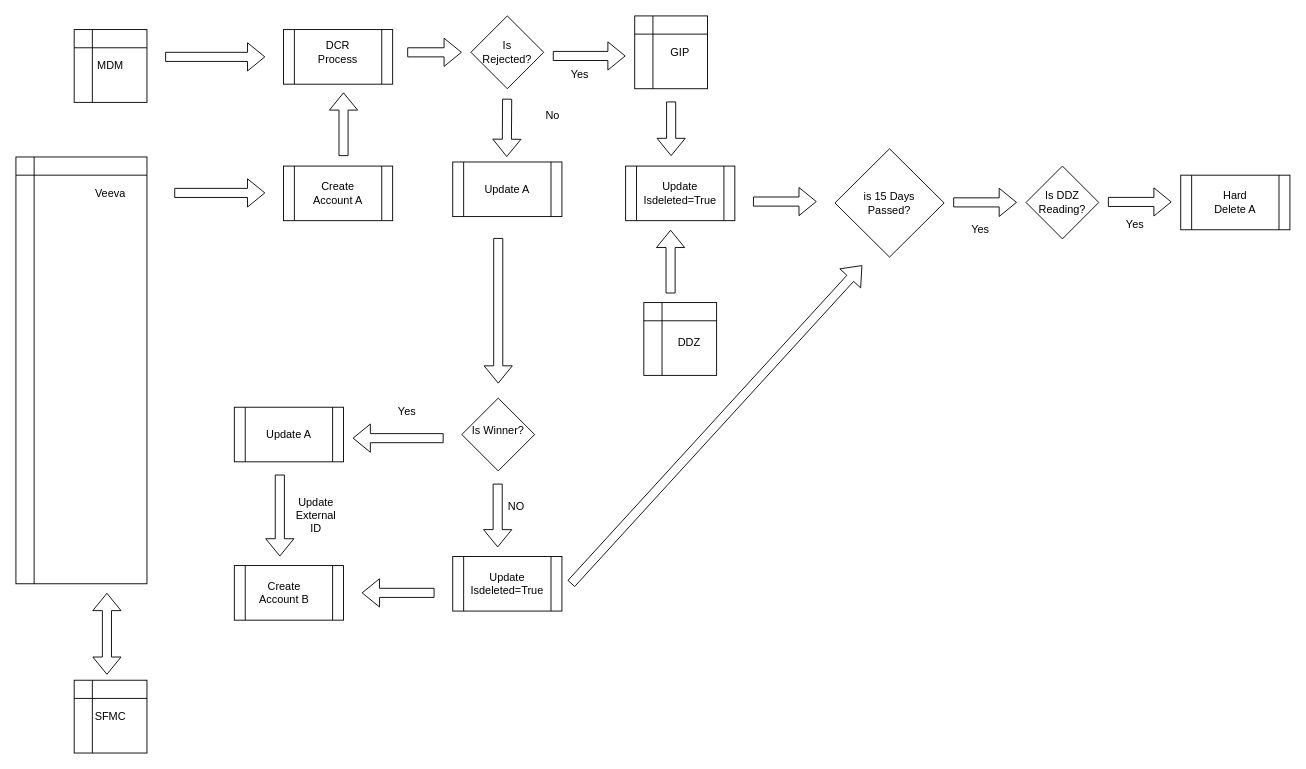
Earlier version of the draw.io diagram Veeva_Account_Flow.drawio (b2Shashi-mc/marketing-cloud). Source tidied: cells renumbered, new cells numbered last; positions are measured from the earlier drawing's top-left corner, leaving out a move shared by most shapes. Both pictures are drawn from the tidied source at 91%, with x=0, y=0 at pixel (15, 15).
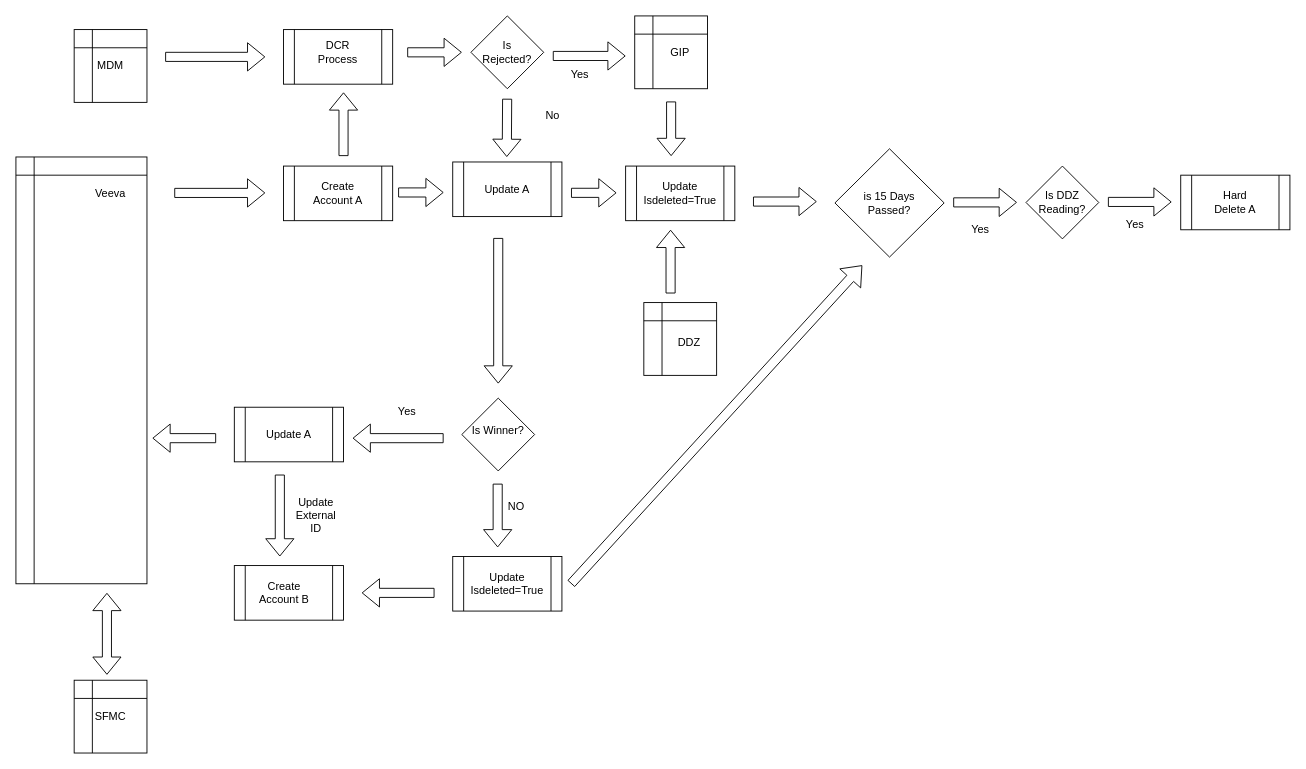
The same page after the edit.

What changed in the source:
```diff
@@
-    <mxCell id="45" style="rhombus;whiteSpace=wrap;html=1;" parent="1" vertex="1">
+    <mxCell id="45" style="rhombus;whiteSpace=wrap;html=1;fontColor=#FFFFFF;labelBackgroundColor=#FFF2CC;" parent="1" vertex="1">
       <mxGeometry x="490" y="420" width="80" height="80" as="geometry" />
     </mxCell>
@@
+    <mxCell id="61" style="shape=flexArrow;endArrow=classic;html=1;rounded=0;" parent="1" edge="1">
+      <mxGeometry relative="1" as="geometry">
+        <mxPoint x="420" y="194" as="sourcePoint" />
+        <mxPoint x="470" y="194" as="targetPoint" />
+      </mxGeometry>
+    </mxCell>
+    <mxCell id="62" style="shape=flexArrow;endArrow=classic;html=1;rounded=0;" parent="1" edge="1">
+      <mxGeometry relative="1" as="geometry">
+        <mxPoint x="610" y="194.4" as="sourcePoint" />
+        <mxPoint x="660" y="194.4" as="targetPoint" />
+      </mxGeometry>
+    </mxCell>
+    <mxCell id="63" style="shape=flexArrow;endArrow=classic;html=1;rounded=0;" parent="1" edge="1">
+      <mxGeometry relative="1" as="geometry">
+        <mxPoint x="220" y="464" as="sourcePoint" />
+        <mxPoint x="150" y="464" as="targetPoint" />
+      </mxGeometry>
+    </mxCell>
```
